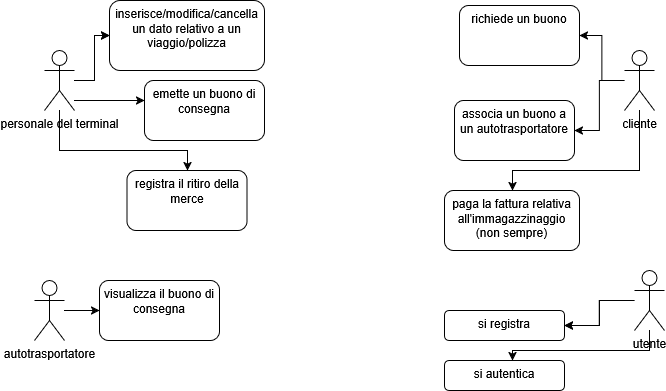
Earlier version of the draw.io export analisi/casi d'uso.png (montimatte/INFTEC). Source tidied: cells renumbered, new cells last; positions are measured from the earlier drawing's top-left corner, leaving out a move shared by most shapes.
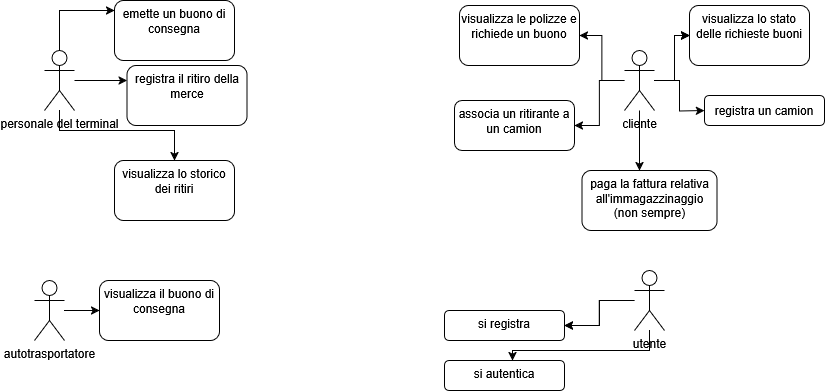
The same diagram one commit later.

The edit, as a diff of the source:
```diff
@@ -2,36 +2,34 @@
   <root>
     <mxCell id="0" />
     <mxCell id="1" parent="0" />
-    <mxCell id="2" style="edgeStyle=orthogonalEdgeStyle;rounded=0;jettySize=auto;html=1;" parent="1" edge="1" source="6" target="7">
-      <mxGeometry relative="1" as="geometry" />
-    </mxCell>
-    <mxCell id="3" style="edgeStyle=orthogonalEdgeStyle;rounded=0;jettySize=auto;html=1;" parent="1" edge="1" source="6" target="7">
-      <mxGeometry relative="1" as="geometry" />
-    </mxCell>
     <mxCell id="4" style="edgeStyle=orthogonalEdgeStyle;rounded=0;jettySize=auto;html=1;" parent="1" edge="1" source="6" target="8">
       <mxGeometry relative="1" as="geometry">
         <Array as="points">
-          <mxPoint x="80" y="100" />
-          <mxPoint x="80" y="100" />
+          <mxPoint x="25" y="10" />
         </Array>
       </mxGeometry>
     </mxCell>
     <mxCell id="5" style="edgeStyle=orthogonalEdgeStyle;rounded=0;jettySize=auto;html=1;" parent="1" edge="1" source="6" target="19">
       <mxGeometry relative="1" as="geometry">
         <Array as="points">
-          <mxPoint x="25" y="150" />
-          <mxPoint x="153" y="150" />
+          <mxPoint x="100" y="70" />
+          <mxPoint x="100" y="70" />
         </Array>
       </mxGeometry>
     </mxCell>
+    <mxCell id="26" style="edgeStyle=orthogonalEdgeStyle;rounded=0;jettySize=auto;html=1;" parent="1" edge="1" source="6" target="31">
+      <mxGeometry relative="1" as="geometry">
+        <Array as="points">
+          <mxPoint x="25" y="130" />
+          <mxPoint x="140" y="130" />
+        </Array>
+      </mxGeometry>
+    </mxCell>
     <mxCell id="6" value="&lt;div&gt;personale del terminal&lt;/div&gt;&lt;div&gt;&lt;br&gt;&lt;/div&gt;" style="shape=umlActor;verticalLabelPosition=bottom;verticalAlign=top;html=1;outlineConnect=0;" parent="1" vertex="1">
       <mxGeometry x="10" y="50" width="30" height="60" as="geometry" />
     </mxCell>
-    <mxCell id="7" value="inserisce/modifica/cancella un dato relativo a un viaggio/polizza" style="rounded=1;whiteSpace=wrap;html=1;verticalAlign=top;" parent="1" vertex="1">
-      <mxGeometry x="75" width="155" height="70" as="geometry" />
-    </mxCell>
     <mxCell id="8" value="emette un buono di consegna" style="rounded=1;whiteSpace=wrap;html=1;verticalAlign=top;" parent="1" vertex="1">
-      <mxGeometry x="110" y="80" width="120" height="60" as="geometry" />
+      <mxGeometry x="80" width="120" height="60" as="geometry" />
     </mxCell>
     <mxCell id="9" style="edgeStyle=orthogonalEdgeStyle;rounded=0;jettySize=auto;html=1;" parent="1" edge="1" source="10" target="11">
       <mxGeometry relative="1" as="geometry" />
@@ -51,25 +49,38 @@
     <mxCell id="14" style="edgeStyle=orthogonalEdgeStyle;rounded=0;jettySize=auto;html=1;" parent="1" edge="1" source="15" target="18">
       <mxGeometry relative="1" as="geometry">
         <Array as="points">
-          <mxPoint x="605" y="170" />
-          <mxPoint x="478" y="170" />
+          <mxPoint x="605" y="220" />
         </Array>
       </mxGeometry>
     </mxCell>
+    <mxCell id="27" style="edgeStyle=orthogonalEdgeStyle;rounded=0;jettySize=auto;html=1;" parent="1" edge="1" source="15" target="32">
+      <mxGeometry relative="1" as="geometry" />
+    </mxCell>
+    <mxCell id="28" style="edgeStyle=orthogonalEdgeStyle;rounded=0;jettySize=auto;html=1;" parent="1" edge="1" source="15" target="32">
+      <mxGeometry relative="1" as="geometry" />
+    </mxCell>
+    <mxCell id="29" style="edgeStyle=orthogonalEdgeStyle;rounded=0;jettySize=auto;html=1;" parent="1" edge="1" source="15" target="32">
+      <mxGeometry relative="1" as="geometry" />
+    </mxCell>
+    <mxCell id="30" style="edgeStyle=orthogonalEdgeStyle;rounded=0;jettySize=auto;html=1;" parent="1" edge="1" source="15">
+      <mxGeometry relative="1" as="geometry">
+        <mxPoint x="670" y="110" as="targetPoint" />
+      </mxGeometry>
+    </mxCell>
     <mxCell id="15" value="cliente" style="shape=umlActor;verticalLabelPosition=bottom;verticalAlign=top;html=1;outlineConnect=0;" parent="1" vertex="1">
       <mxGeometry x="590" y="50" width="30" height="60" as="geometry" />
     </mxCell>
-    <mxCell id="16" value="richiede un buono" style="rounded=1;whiteSpace=wrap;html=1;verticalAlign=top;" parent="1" vertex="1">
+    <mxCell id="16" value="visualizza le polizze e richiede un buono" style="rounded=1;whiteSpace=wrap;html=1;verticalAlign=top;" parent="1" vertex="1">
       <mxGeometry x="425" y="5" width="120" height="60" as="geometry" />
     </mxCell>
-    <mxCell id="17" value="associa un buono a un autotrasportatore" style="rounded=1;whiteSpace=wrap;html=1;verticalAlign=top;" parent="1" vertex="1">
-      <mxGeometry x="420" y="100" width="120" height="60" as="geometry" />
+    <mxCell id="17" value="associa un ritirante a un camion" style="rounded=1;whiteSpace=wrap;html=1;verticalAlign=top;" parent="1" vertex="1">
+      <mxGeometry x="420" y="100" width="120" height="50" as="geometry" />
     </mxCell>
     <mxCell id="18" value="paga la fattura relativa all'immagazzinaggio (non sempre)" style="rounded=1;whiteSpace=wrap;html=1;verticalAlign=top;" parent="1" vertex="1">
-      <mxGeometry x="410" y="190" width="135" height="60" as="geometry" />
+      <mxGeometry x="547.5" y="170" width="135" height="60" as="geometry" />
     </mxCell>
     <mxCell id="19" value="registra il ritiro della merce" style="rounded=1;whiteSpace=wrap;html=1;verticalAlign=top;" parent="1" vertex="1">
-      <mxGeometry x="92.5" y="170" width="120" height="60" as="geometry" />
+      <mxGeometry x="92.5" y="65" width="120" height="60" as="geometry" />
     </mxCell>
     <mxCell id="20" style="edgeStyle=orthogonalEdgeStyle;rounded=0;jettySize=auto;html=1;" parent="1" edge="1" source="22" target="25">
       <mxGeometry relative="1" as="geometry" />
@@ -94,5 +105,14 @@
     <mxCell id="25" value="si registra" style="rounded=1;whiteSpace=wrap;html=1;verticalAlign=top;" parent="1" vertex="1">
       <mxGeometry x="410" y="310" width="120" height="30" as="geometry" />
     </mxCell>
+    <mxCell id="31" value="visualizza lo storico dei ritiri" style="rounded=1;whiteSpace=wrap;html=1;verticalAlign=top;" parent="1" vertex="1">
+      <mxGeometry x="80" y="160" width="120" height="60" as="geometry" />
+    </mxCell>
+    <mxCell id="32" value="visualizza lo stato delle richieste buoni" style="rounded=1;whiteSpace=wrap;html=1;verticalAlign=top;" parent="1" vertex="1">
+      <mxGeometry x="655" y="5" width="120" height="60" as="geometry" />
+    </mxCell>
+    <mxCell id="33" value="registra un camion" style="rounded=1;whiteSpace=wrap;html=1;" parent="1" vertex="1">
+      <mxGeometry x="670" y="95" width="120" height="30" as="geometry" />
+    </mxCell>
   </root>
 </mxGraphModel>
```
